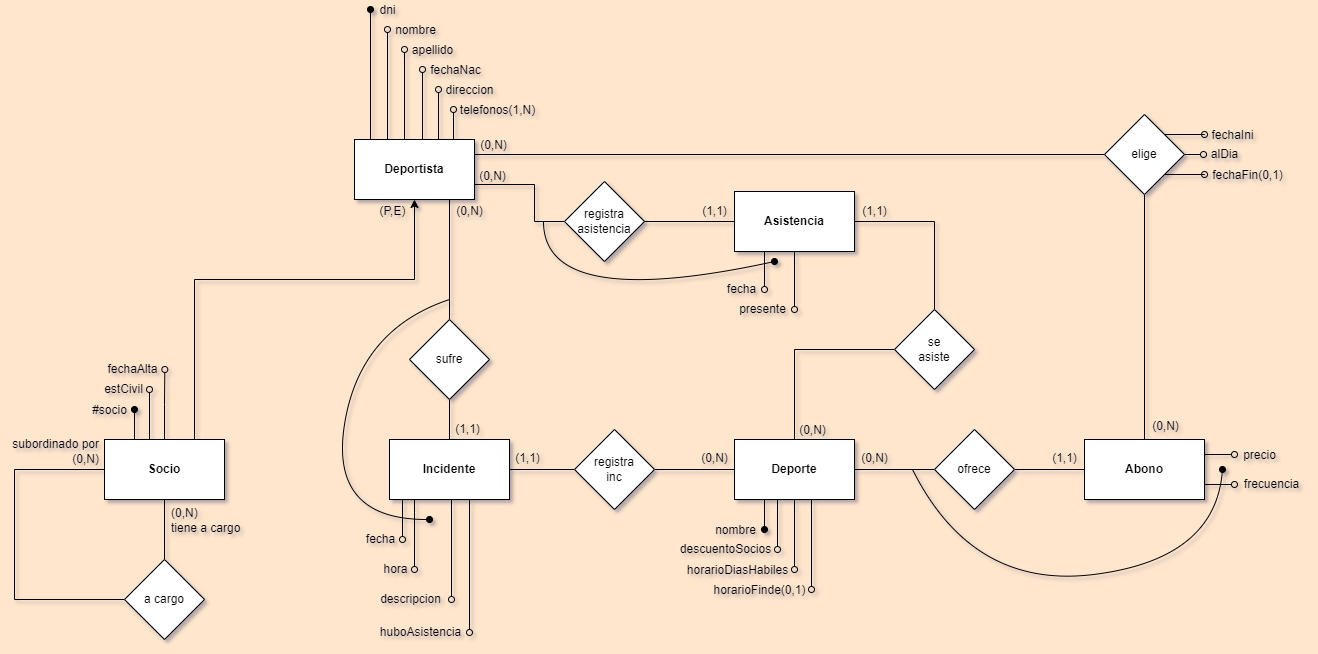
Earlier version of the draw.io export BD/01-modelos/09-deportes/ej9-conceptual.png (sergiocld99/unlp-tramo-final). Source tidied: cells renumbered, new cells last; positions are measured from the earlier drawing's top-left corner, leaving out a move shared by most shapes.
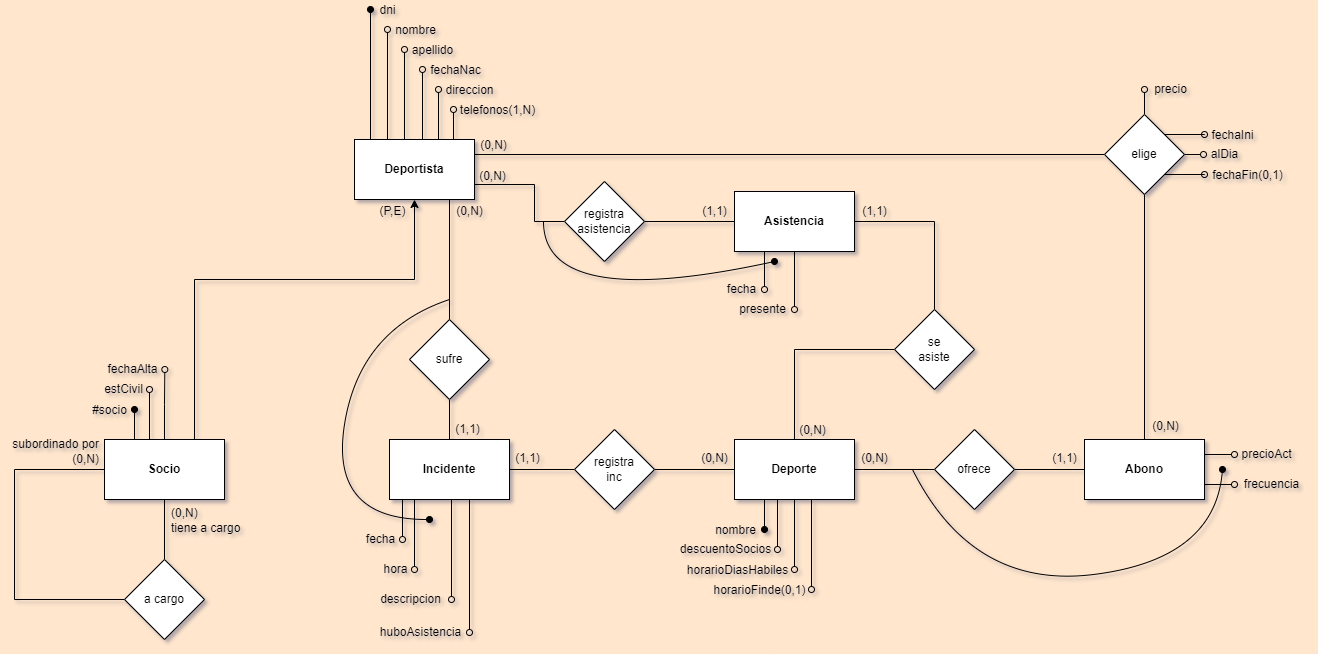
The same diagram one commit later.

What changed in the source:
```diff
@@ -156,6 +156,11 @@
     <mxCell id="33" style="edgeStyle=orthogonalEdgeStyle;rounded=0;jettySize=auto;html=1;exitX=1;exitY=0.5;exitDx=0;exitDy=0;entryX=0.017;entryY=1.45;entryDx=0;entryDy=0;entryPerimeter=0;endArrow=oval;endFill=0;" parent="1" edge="1" source="34" target="93">
       <mxGeometry relative="1" as="geometry" />
     </mxCell>
+    <mxCell id="96" style="edgeStyle=orthogonalEdgeStyle;rounded=0;jettySize=auto;html=1;exitX=0.5;exitY=0;exitDx=0;exitDy=0;endArrow=oval;endFill=0;" parent="1" edge="1" source="34">
+      <mxGeometry relative="1" as="geometry">
+        <mxPoint x="1144" y="89" as="targetPoint" />
+      </mxGeometry>
+    </mxCell>
     <mxCell id="34" value="elige" style="rhombus;whiteSpace=wrap;html=1;" parent="1" vertex="1">
       <mxGeometry x="1104" y="114" width="80" height="80" as="geometry" />
     </mxCell>
@@ -297,8 +302,8 @@
     <mxCell id="73" value="frecuencia" style="text;html=1;align=center;verticalAlign=middle;strokeColor=none;fillColor=none;" parent="1" vertex="1">
       <mxGeometry x="1236" y="474" width="70" height="20" as="geometry" />
     </mxCell>
-    <mxCell id="74" value="precio" style="text;html=1;align=center;verticalAlign=middle;strokeColor=none;fillColor=none;" parent="1" vertex="1">
-      <mxGeometry x="1234" y="445" width="50" height="20" as="geometry" />
+    <mxCell id="74" value="precioAct" style="text;html=1;align=center;verticalAlign=middle;strokeColor=none;fillColor=none;" parent="1" vertex="1">
+      <mxGeometry x="1231" y="444" width="70" height="20" as="geometry" />
     </mxCell>
     <mxCell id="75" style="curved=1;endArrow=oval;html=1;rounded=0;endFill=1;" parent="1" edge="1">
       <mxGeometry relative="1" as="geometry">
@@ -380,5 +385,8 @@
     <mxCell id="95" value="alDia" style="text;html=1;align=center;verticalAlign=middle;strokeColor=none;fillColor=none;" parent="1" vertex="1">
       <mxGeometry x="1204" y="144" width="40" height="20" as="geometry" />
     </mxCell>
+    <mxCell id="97" value="precio" style="text;html=1;align=center;verticalAlign=middle;strokeColor=none;fillColor=none;" parent="1" vertex="1">
+      <mxGeometry x="1145" y="79" width="50" height="20" as="geometry" />
+    </mxCell>
   </root>
 </mxGraphModel>
```
